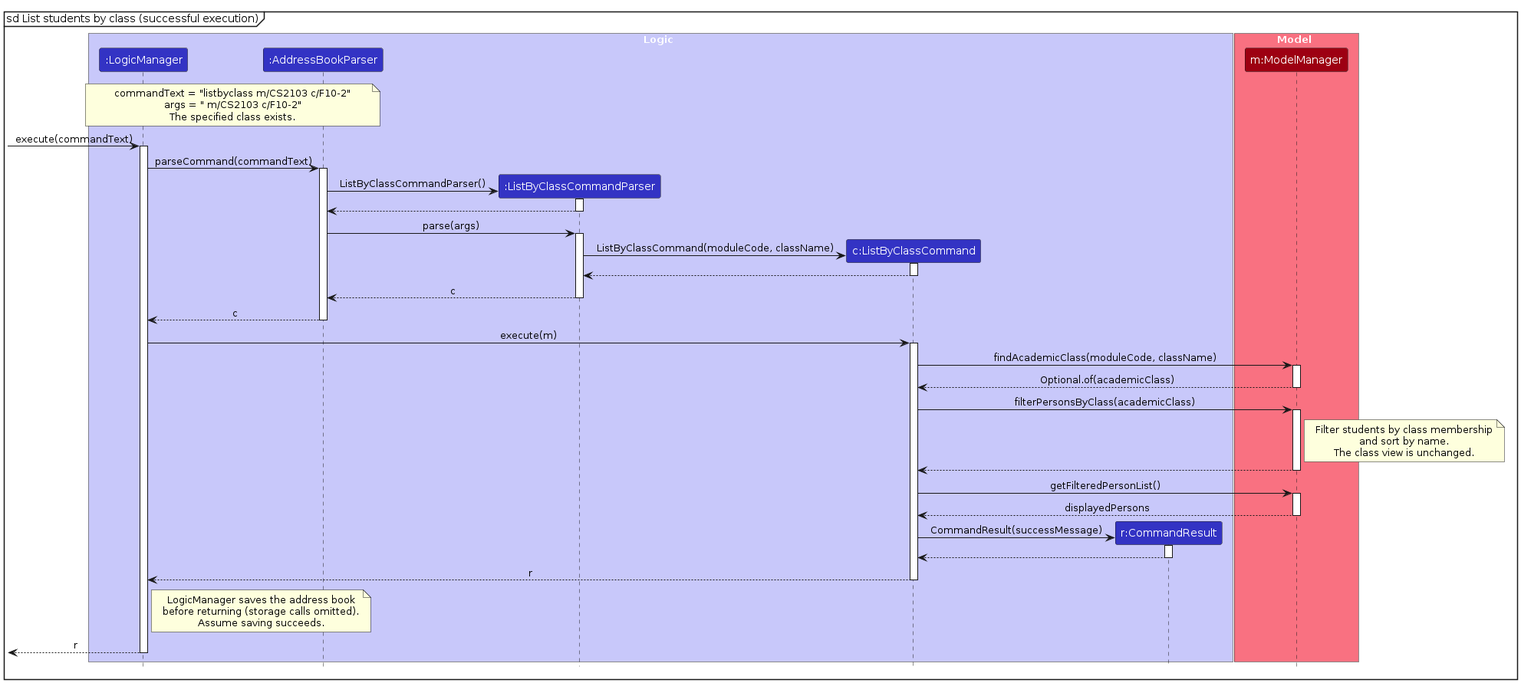
AY2627S1-CS2103-F10-2/tp keeps this PlantUML diagram as diagrams/ListByClassSequenceDiagram.png. Above is the earlier version. Its source is kept beside it as diagrams/ListByClassSequenceDiagram.puml.
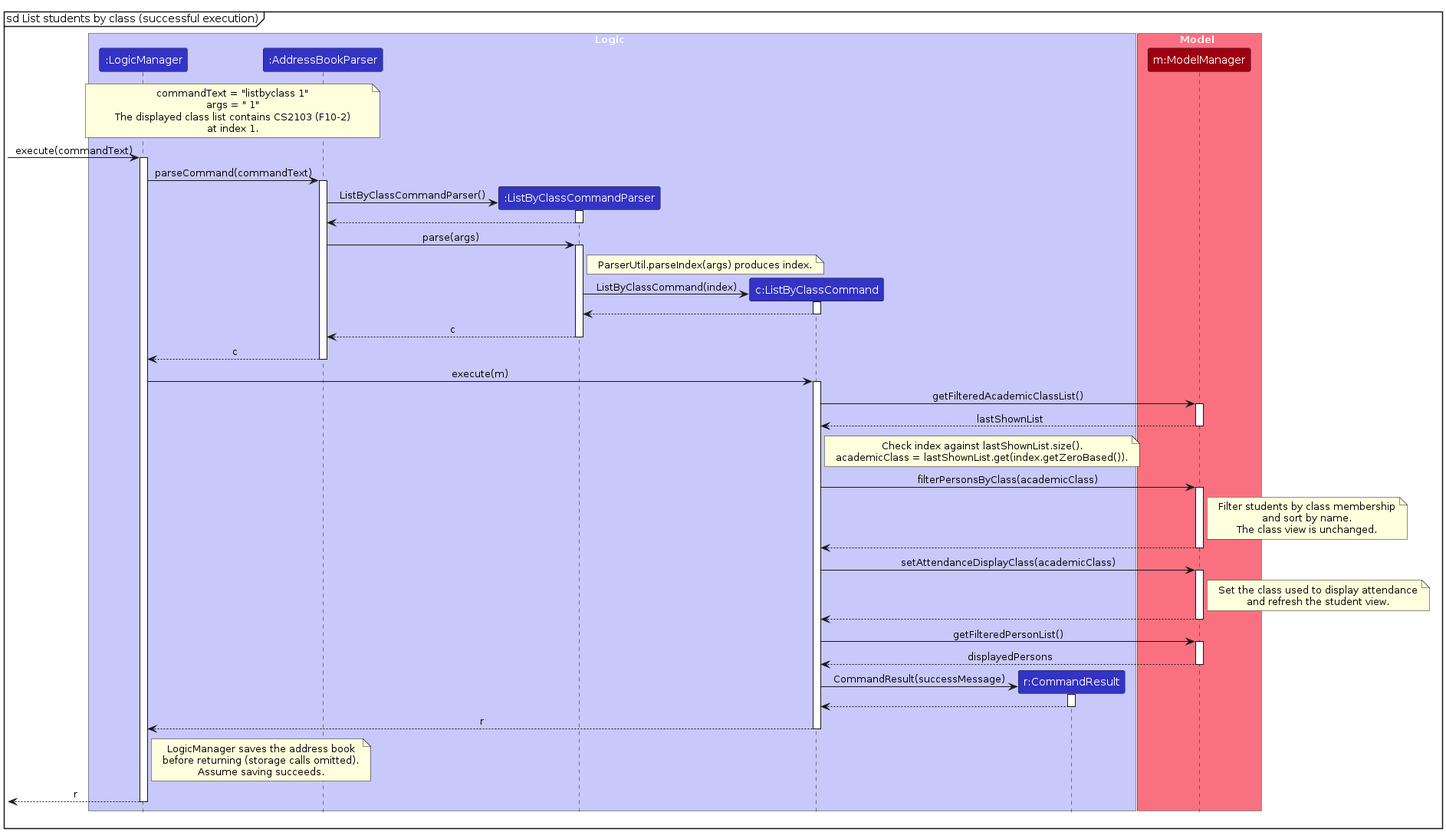
The same diagram one commit later.

What changed in the source:
```diff
@@ -16,9 +16,10 @@
 end box
 
 note over LogicManager, AddressBookParser
-commandText = "listbyclass m/CS2103 c/F10-2"
-args = " m/CS2103 c/F10-2"
-The specified class exists.
+commandText = "listbyclass 1"
+args = " 1"
+The displayed class list contains CS2103 (F10-2)
+at index 1.
 end note
 
 [-> LogicManager : execute(commandText)
@@ -34,8 +35,11 @@
 
 AddressBookParser -> Parser : parse(args)
 activate Parser
+note right of Parser
+ParserUtil.parseIndex(args) produces index.
+end note
 create Command
-Parser -> Command : ListByClassCommand(moduleCode, className)
+Parser -> Command : ListByClassCommand(index)
 activate Command
 Command --> Parser
 deactivate Command
@@ -46,10 +50,14 @@
 
 LogicManager -> Command : execute(m)
 activate Command
-Command -> Model : findAcademicClass(moduleCode, className)
+Command -> Model : getFilteredAcademicClassList()
 activate Model
-Model --> Command : Optional.of(academicClass)
+Model --> Command : lastShownList
 deactivate Model
+note right of Command
+Check index against lastShownList.size().
+academicClass = lastShownList.get(index.getZeroBased()).
+end note
 
 Command -> Model : filterPersonsByClass(academicClass)
 activate Model
@@ -57,6 +65,15 @@
 Filter students by class membership
 and sort by name.
 The class view is unchanged.
+end note
+Model --> Command
+deactivate Model
+
+Command -> Model : setAttendanceDisplayClass(academicClass)
+activate Model
+note right of Model
+Set the class used to display attendance
+and refresh the student view.
 end note
 Model --> Command
 deactivate Model
```
